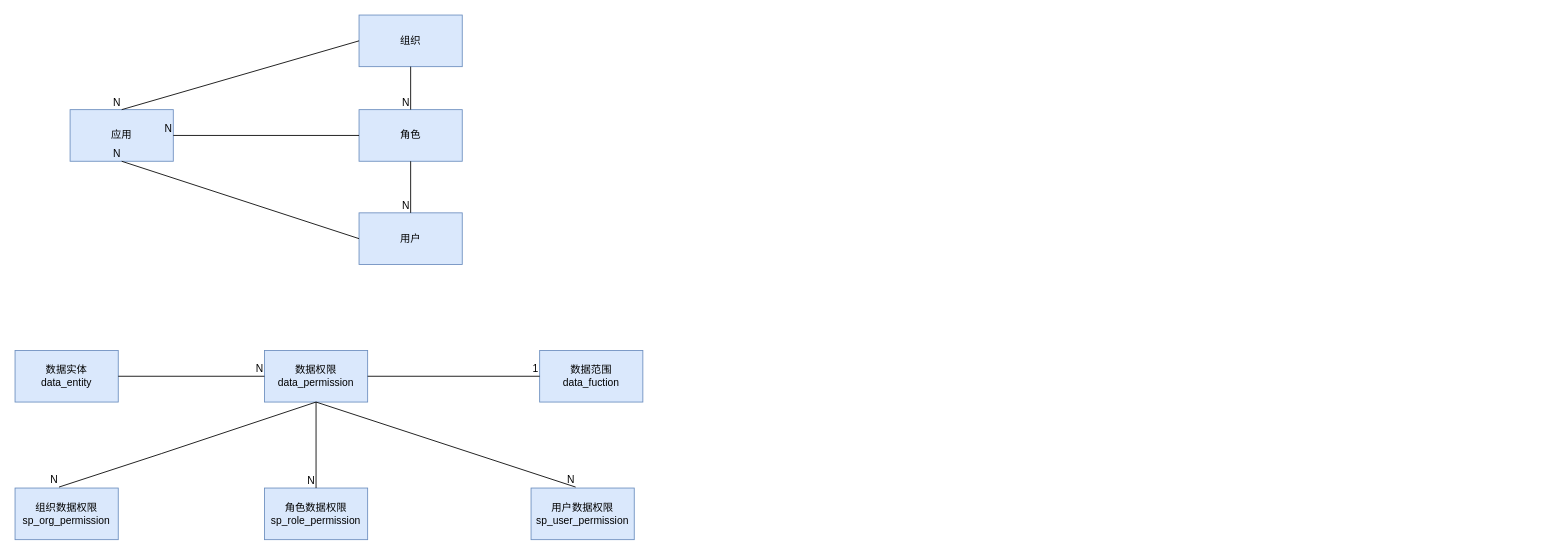
Above: page "第 3 页" (3 of 4) of 中台/组织中心/未命名绘图.drawio in gudujiujian11/diagram (draw.io), before the change. Source tidied: cells renumbered, new cells numbered last; positions are measured from the earlier drawing's top-left corner, leaving out a move shared by most shapes. Both pictures are drawn from the tidied source at 86%, with x=0, y=0 at pixel (15, 15).
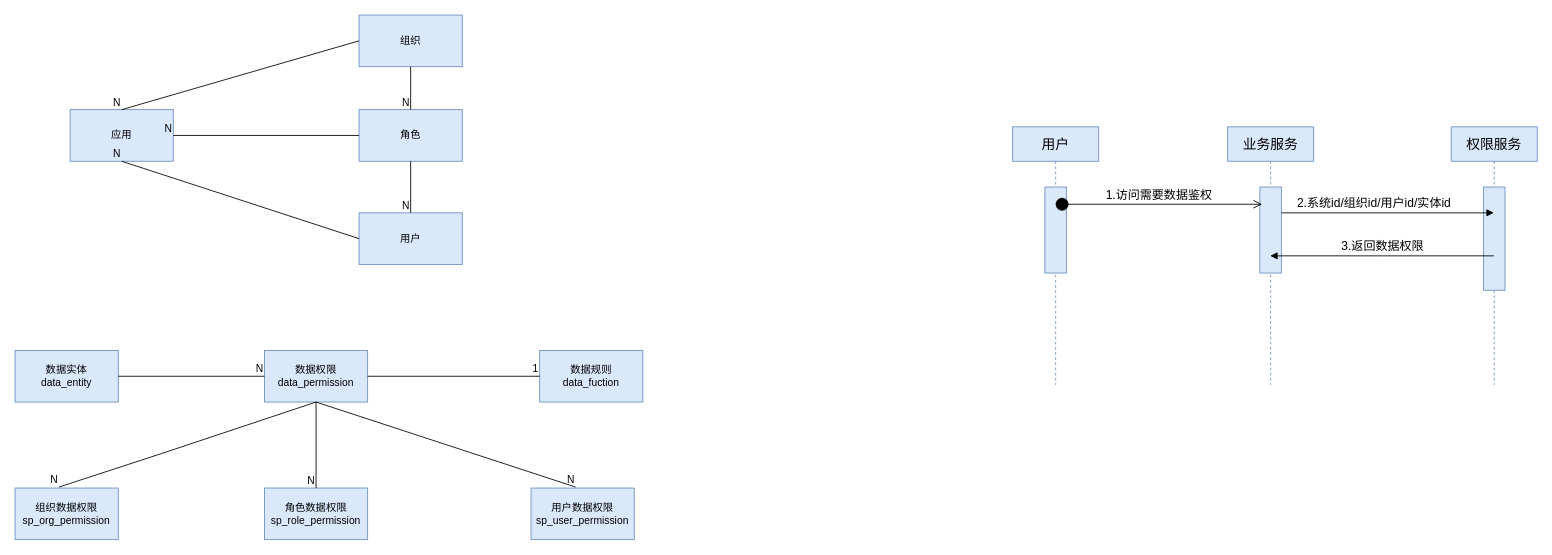
Above is the later version.

Commit message:
更新未命名绘图.drawio

Change to the diagram source:
```diff
@@
-    <mxCell id="18" value="数据范围&lt;br&gt;data_fuction" style="rounded=0;whiteSpace=wrap;html=1;fillColor=#dae8fc;strokeColor=#6c8ebf;" parent="1" vertex="1">
+    <mxCell id="18" value="数据规则&lt;br&gt;data_fuction" style="rounded=0;whiteSpace=wrap;html=1;fillColor=#dae8fc;strokeColor=#6c8ebf;" parent="1" vertex="1">
       <mxGeometry x="610" y="390" width="120" height="60" as="geometry" />
     </mxCell>
@@
+    <mxCell id="32" value="用户" style="shape=umlLifeline;perimeter=lifelinePerimeter;whiteSpace=wrap;html=1;outlineConnect=0;portConstraint=eastwest;newEdgeStyle={&quot;edgeStyle&quot;:&quot;elbowEdgeStyle&quot;,&quot;elbow&quot;:&quot;vertical&quot;,&quot;curved&quot;:0,&quot;rounded&quot;:0};fontSize=16;fillColor=#dae8fc;strokeColor=#6c8ebf;" parent="1" vertex="1">
+      <mxGeometry x="1160" y="130" width="100" height="300" as="geometry" />
+    </mxCell>
+    <mxCell id="33" style="html=1;perimeter=orthogonalPerimeter;targetShapes=umlLifeline;newEdgeStyle={&quot;edgeStyle&quot;:&quot;elbowEdgeStyle&quot;,&quot;elbow&quot;:&quot;vertical&quot;,&quot;curved&quot;:0,&quot;rounded&quot;:0};fillColor=#dae8fc;strokeColor=#6c8ebf;" parent="32" vertex="1">
+      <mxGeometry x="37.5" y="70" width="25" height="100" as="geometry" />
+    </mxCell>
+    <mxCell id="34" value="业务服务" style="shape=umlLifeline;perimeter=lifelinePerimeter;whiteSpace=wrap;html=1;outlineConnect=0;portConstraint=eastwest;newEdgeStyle={&quot;edgeStyle&quot;:&quot;elbowEdgeStyle&quot;,&quot;elbow&quot;:&quot;vertical&quot;,&quot;curved&quot;:0,&quot;rounded&quot;:0};fontSize=16;fillColor=#dae8fc;strokeColor=#6c8ebf;" parent="1" vertex="1">
+      <mxGeometry x="1410" y="130" width="100" height="300" as="geometry" />
+    </mxCell>
+    <mxCell id="35" style="html=1;points=[];perimeter=orthogonalPerimeter;outlineConnect=0;targetShapes=umlLifeline;portConstraint=eastwest;newEdgeStyle={&quot;edgeStyle&quot;:&quot;elbowEdgeStyle&quot;,&quot;elbow&quot;:&quot;vertical&quot;,&quot;curved&quot;:0,&quot;rounded&quot;:0};fillColor=#dae8fc;strokeColor=#6c8ebf;" parent="34" vertex="1">
+      <mxGeometry x="37.5" y="70" width="25" height="100" as="geometry" />
+    </mxCell>
+    <mxCell id="36" value="权限服务" style="shape=umlLifeline;perimeter=lifelinePerimeter;whiteSpace=wrap;html=1;outlineConnect=0;portConstraint=eastwest;newEdgeStyle={&quot;edgeStyle&quot;:&quot;elbowEdgeStyle&quot;,&quot;elbow&quot;:&quot;vertical&quot;,&quot;curved&quot;:0,&quot;rounded&quot;:0};fontSize=16;fillColor=#dae8fc;strokeColor=#6c8ebf;" parent="1" vertex="1">
+      <mxGeometry x="1670" y="130" width="100" height="300" as="geometry" />
+    </mxCell>
+    <mxCell id="37" style="html=1;perimeter=orthogonalPerimeter;targetShapes=umlLifeline;newEdgeStyle={&quot;edgeStyle&quot;:&quot;elbowEdgeStyle&quot;,&quot;elbow&quot;:&quot;vertical&quot;,&quot;curved&quot;:0,&quot;rounded&quot;:0};fillColor=#dae8fc;strokeColor=#6c8ebf;" parent="36" vertex="1">
+      <mxGeometry x="37.5" y="70" width="25" height="120" as="geometry" />
+    </mxCell>
+    <mxCell id="38" value="1.访问需要数据鉴权" style="html=1;verticalAlign=bottom;startArrow=circle;startFill=1;endArrow=open;startSize=6;endSize=8;edgeStyle=elbowEdgeStyle;elbow=vertical;curved=0;rounded=0;fontSize=14;" parent="1" edge="1" source="32">
+      <mxGeometry relative="1" as="geometry">
+        <mxPoint x="1450" y="220" as="targetPoint" />
+        <Array as="points">
+          <mxPoint x="1380" y="220" />
+        </Array>
+      </mxGeometry>
+    </mxCell>
+    <mxCell id="39" value="2.系统id/组织id/用户id/实体id" style="html=1;verticalAlign=bottom;endArrow=block;edgeStyle=elbowEdgeStyle;elbow=horizontal;curved=0;rounded=0;fontSize=14;" parent="1" edge="1" source="35" target="36">
+      <mxGeometry x="-0.13" relative="1" as="geometry">
+        <Array as="points">
+          <mxPoint x="1510" y="230" />
+          <mxPoint x="1670" y="250" />
+          <mxPoint x="1620" y="250" />
+        </Array>
+      </mxGeometry>
+    </mxCell>
+    <mxCell id="40" value="3.返回数据权限" style="html=1;verticalAlign=bottom;endArrow=block;edgeStyle=elbowEdgeStyle;elbow=vertical;curved=0;rounded=0;fontSize=14;" parent="1" edge="1" source="36" target="34">
+      <mxGeometry relative="1" as="geometry" />
+    </mxCell>
```
